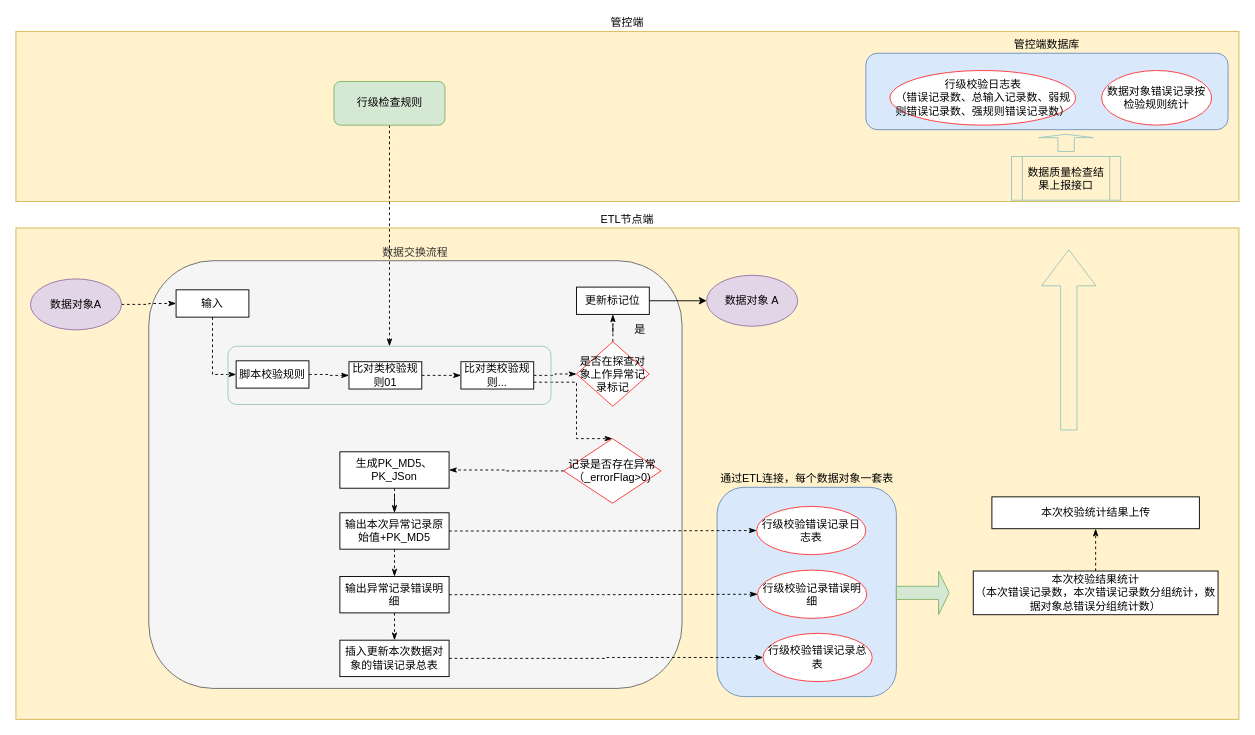
Earlier version of the draw.io diagram page "DataQulityCheckFlow" (2 of 2) of 数据质量.drawio (JefferNew/data2wisdom). Source tidied: cells renumbered, new cells numbered last; positions are measured from the earlier drawing's top-left corner, leaving out a move shared by most shapes. Both pictures are drawn from the tidied source at 91%, with x=0, y=0 at pixel (15, 31).
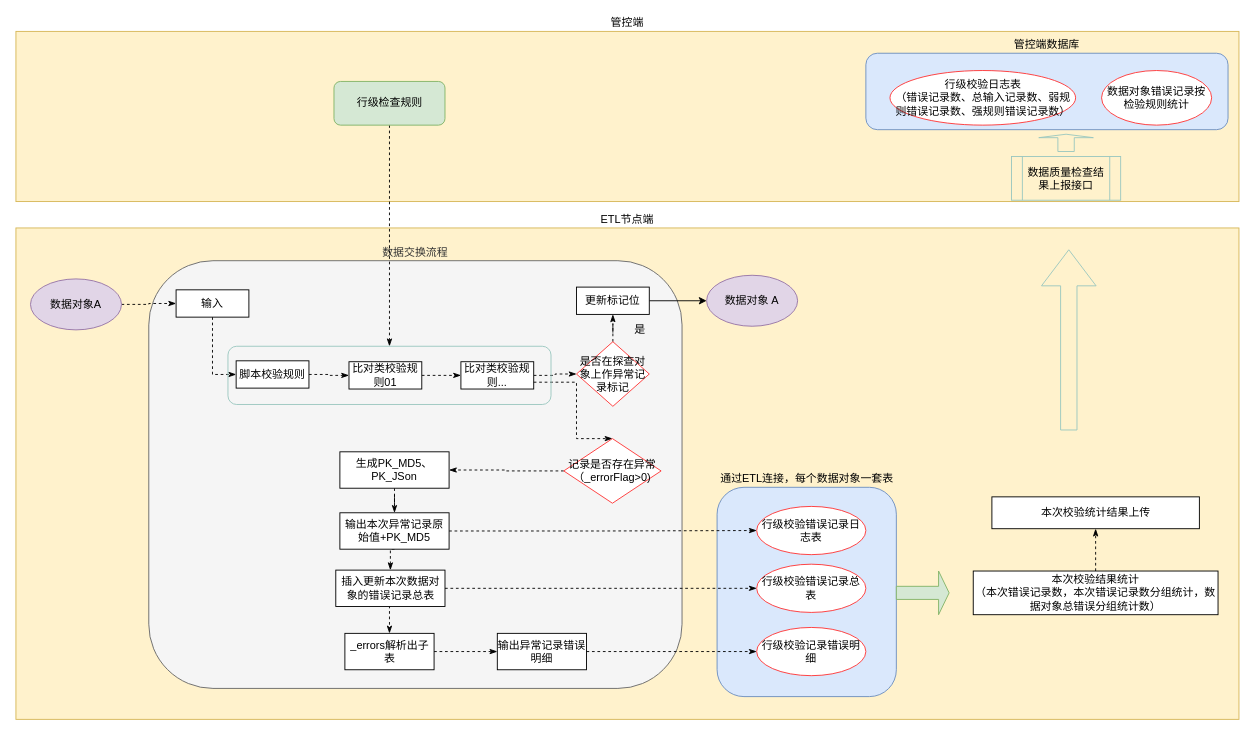
Above is the later version.

Unchanged cells that the change refers to:
```xml
<mxCell id="30" value="输出本次异常记录原始值+PK_MD5" style="rounded=0;whiteSpace=wrap;html=1;" parent="1" vertex="1">
  <mxGeometry x="356" y="529" width="120" height="40" as="geometry" />
</mxCell>
```

The edit, as a diff of the source:
```diff
@@
-    <mxCell id="28" style="edgeStyle=orthogonalEdgeStyle;rounded=0;jettySize=auto;html=1;exitX=0.5;exitY=1;exitDx=0;exitDy=0;entryX=0.5;entryY=0;entryDx=0;entryDy=0;dashed=1;endArrow=classicThin;endFill=1;" parent="1" edge="1" source="30" target="33">
-      <mxGeometry relative="1" as="geometry" />
-    </mxCell>
@@
+    <mxCell id="51" style="edgeStyle=orthogonalEdgeStyle;rounded=0;jettySize=auto;html=1;exitX=0.5;exitY=1;exitDx=0;exitDy=0;entryX=0.5;entryY=0;entryDx=0;entryDy=0;dashed=1;endArrow=classicThin;endFill=1;" parent="1" edge="1" source="30" target="37">
+      <mxGeometry relative="1" as="geometry" />
+    </mxCell>
@@
-    <mxCell id="31" style="edgeStyle=orthogonalEdgeStyle;rounded=0;jettySize=auto;html=1;exitX=0.5;exitY=1;exitDx=0;exitDy=0;entryX=0.5;entryY=0;entryDx=0;entryDy=0;dashed=1;endArrow=classicThin;endFill=1;" parent="1" edge="1" source="33" target="37">
-      <mxGeometry relative="1" as="geometry" />
-    </mxCell>
@@
     <mxCell id="33" value="输出异常记录错误明细" style="rounded=0;whiteSpace=wrap;html=1;" parent="1" vertex="1">
-      <mxGeometry x="356" y="599" width="120" height="40" as="geometry" />
+      <mxGeometry x="529" y="661.5" width="98" height="40" as="geometry" />
     </mxCell>
@@
+    <mxCell id="52" style="edgeStyle=orthogonalEdgeStyle;rounded=0;jettySize=auto;html=1;exitX=0.5;exitY=1;exitDx=0;exitDy=0;entryX=0.5;entryY=0;entryDx=0;entryDy=0;dashed=1;endArrow=classicThin;endFill=1;" parent="1" edge="1" source="37" target="54">
+      <mxGeometry relative="1" as="geometry" />
+    </mxCell>
     <mxCell id="37" value="插入更新本次数据对象的错误记录总表" style="rounded=0;whiteSpace=wrap;html=1;" parent="1" vertex="1">
-      <mxGeometry x="356" y="669" width="120" height="40" as="geometry" />
+      <mxGeometry x="351.5" y="592" width="120" height="40" as="geometry" />
     </mxCell>
@@
     <mxCell id="39" value="行级校验记录错误明细" style="ellipse;whiteSpace=wrap;html=1;strokeColor=#FF3333;" parent="1" vertex="1">
-      <mxGeometry x="815" y="592" width="120" height="53" as="geometry" />
+      <mxGeometry x="814" y="655" width="120" height="53" as="geometry" />
     </mxCell>
     <mxCell id="40" value="行级校验错误记录总表" style="ellipse;whiteSpace=wrap;html=1;strokeColor=#FF3333;" parent="1" vertex="1">
-      <mxGeometry x="821" y="661.5" width="120" height="53" as="geometry" />
+      <mxGeometry x="814" y="585.5" width="120" height="53" as="geometry" />
     </mxCell>
@@
+    <mxCell id="53" style="edgeStyle=orthogonalEdgeStyle;rounded=0;jettySize=auto;html=1;entryX=0;entryY=0.5;entryDx=0;entryDy=0;dashed=1;endArrow=classicThin;endFill=1;" parent="1" edge="1" source="54" target="33">
+      <mxGeometry relative="1" as="geometry" />
+    </mxCell>
+    <mxCell id="54" value="&lt;span style=&quot;text-align: left&quot;&gt;_errors解析出子表&lt;/span&gt;" style="rounded=0;whiteSpace=wrap;html=1;" parent="1" vertex="1">
+      <mxGeometry x="361.5" y="661.5" width="98" height="40" as="geometry" />
+    </mxCell>
```
